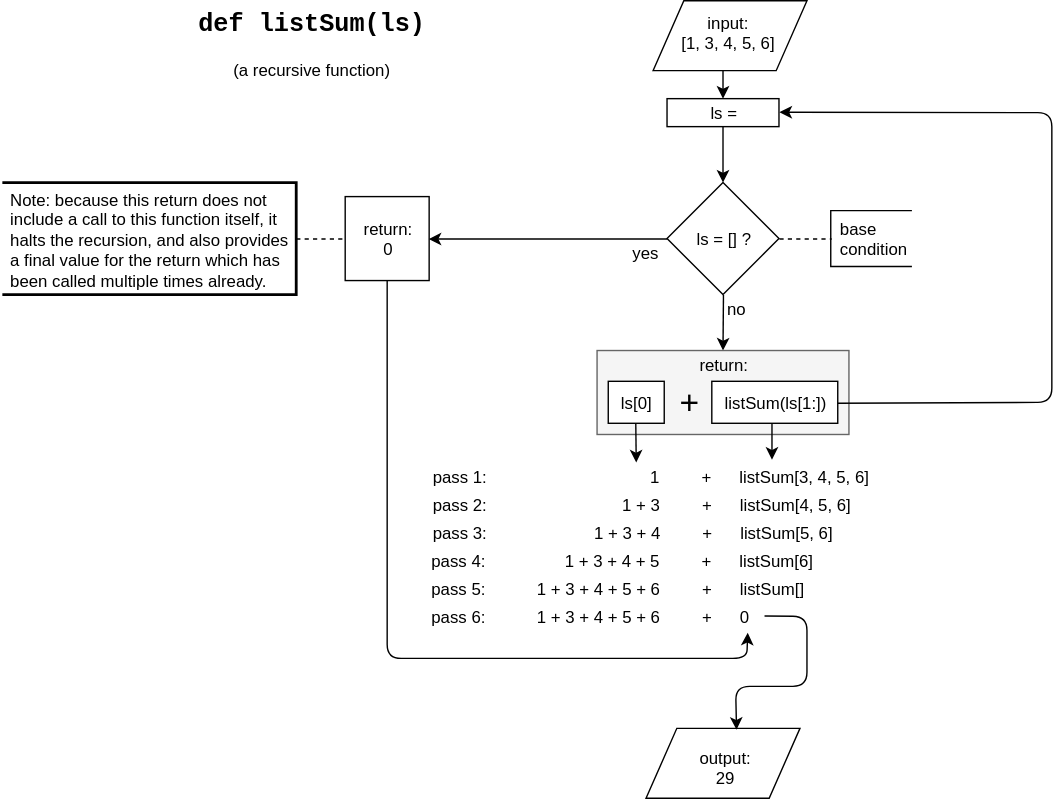
Earlier version of the draw.io export diagrams/recursion1.svg (jinjagit/JupyterNotebooks). Source tidied: cells renumbered, new cells last; positions are measured from the earlier drawing's top-left corner, leaving out a move shared by most shapes.
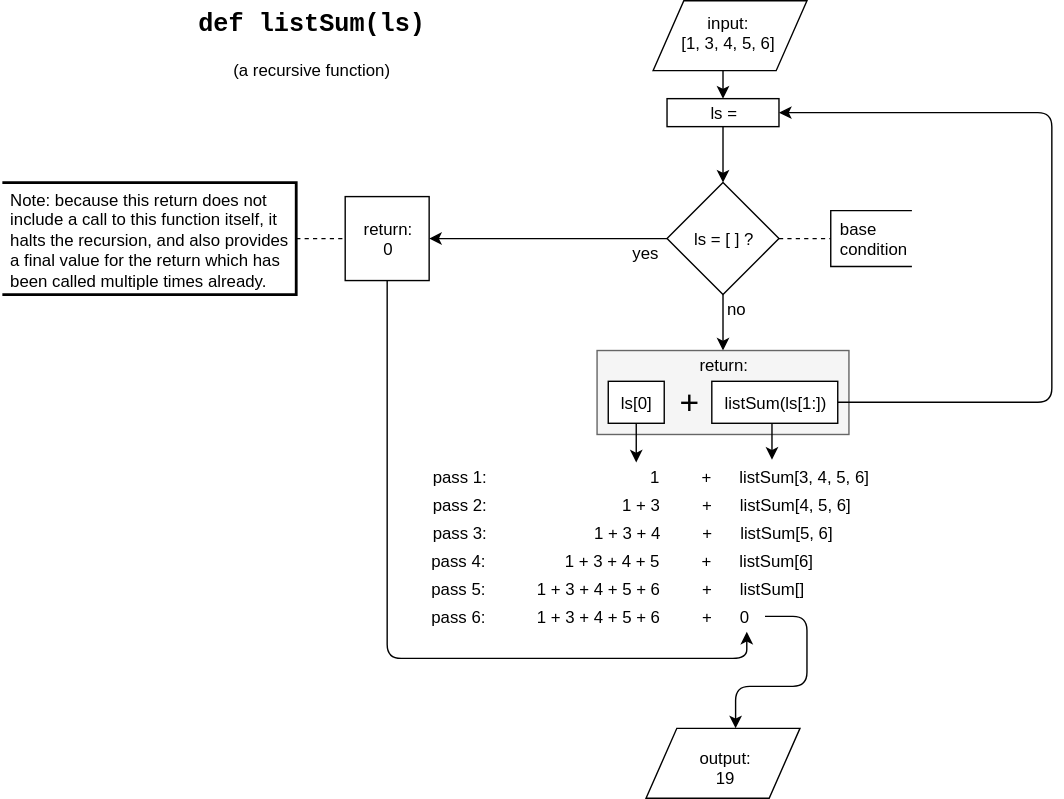
The same file after the commit.

Diff of the diagram source:
```diff
@@ -23,7 +23,7 @@
     <mxCell id="7" style="rhombus;whiteSpace=wrap;html=1;" parent="1" vertex="1">
       <mxGeometry x="475" y="130" width="80" height="80" as="geometry" />
     </mxCell>
-    <mxCell id="8" value="ls = [] ?" style="text;html=1;strokeColor=none;fillColor=none;align=center;verticalAlign=middle;whiteSpace=wrap;rounded=0;" parent="1" vertex="1">
+    <mxCell id="8" value="ls = [ ] ?" style="text;html=1;strokeColor=none;fillColor=none;align=center;verticalAlign=middle;whiteSpace=wrap;rounded=0;" parent="1" vertex="1">
       <mxGeometry x="489" y="160" width="52" height="20" as="geometry" />
     </mxCell>
     <mxCell id="9" style="endArrow=classic;html=1;exitX=0.5;exitY=1;" parent="1" edge="1" source="7">
@@ -129,7 +129,7 @@
     <mxCell id="35" style="shape=parallelogram;perimeter=parallelogramPerimeter;whiteSpace=wrap;html=1;" parent="1" vertex="1">
       <mxGeometry x="460" y="520" width="110" height="50" as="geometry" />
     </mxCell>
-    <mxCell id="36" value="output:&lt;br&gt;29&lt;br&gt;" style="text;html=1;strokeColor=none;fillColor=none;align=center;verticalAlign=middle;whiteSpace=wrap;rounded=0;" parent="1" vertex="1">
+    <mxCell id="36" value="output:&lt;br&gt;19&lt;br&gt;" style="text;html=1;strokeColor=none;fillColor=none;align=center;verticalAlign=middle;whiteSpace=wrap;rounded=0;" parent="1" vertex="1">
       <mxGeometry x="481" y="525" width="70" height="45" as="geometry" />
     </mxCell>
     <mxCell id="37" style="endArrow=classic;html=1;exitX=1;exitY=0.5;entryX=0.583;entryY=0.007;entryPerimeter=0;" parent="1" edge="1" source="27" target="35">
```
